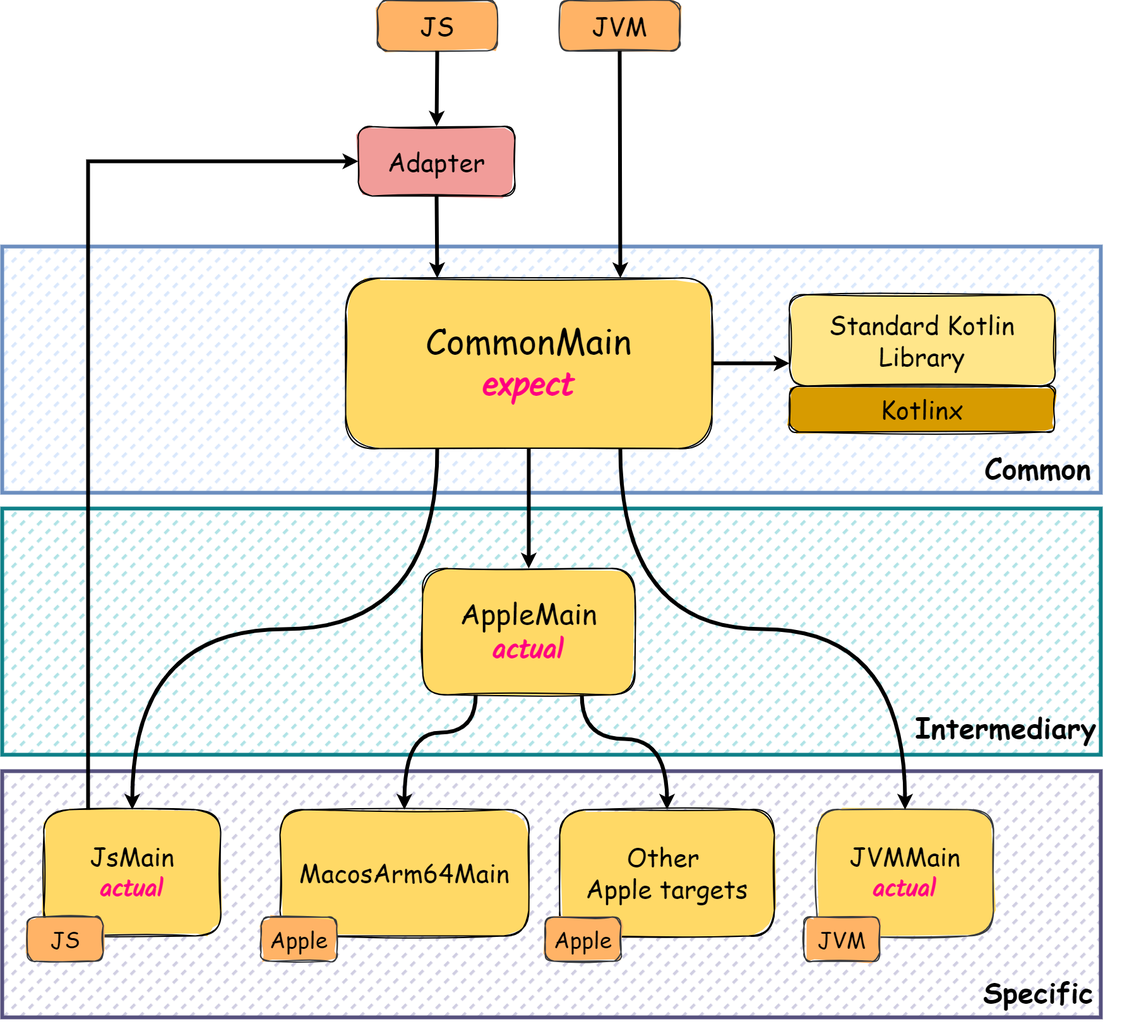
Before: docs/imgs/kmp-architecture.png, a diagram exported from draw.io (kresil/project-documentation). Source tidied: cells renumbered, new cells last; positions are measured from the earlier drawing's top-left corner, leaving out a move shared by most shapes.
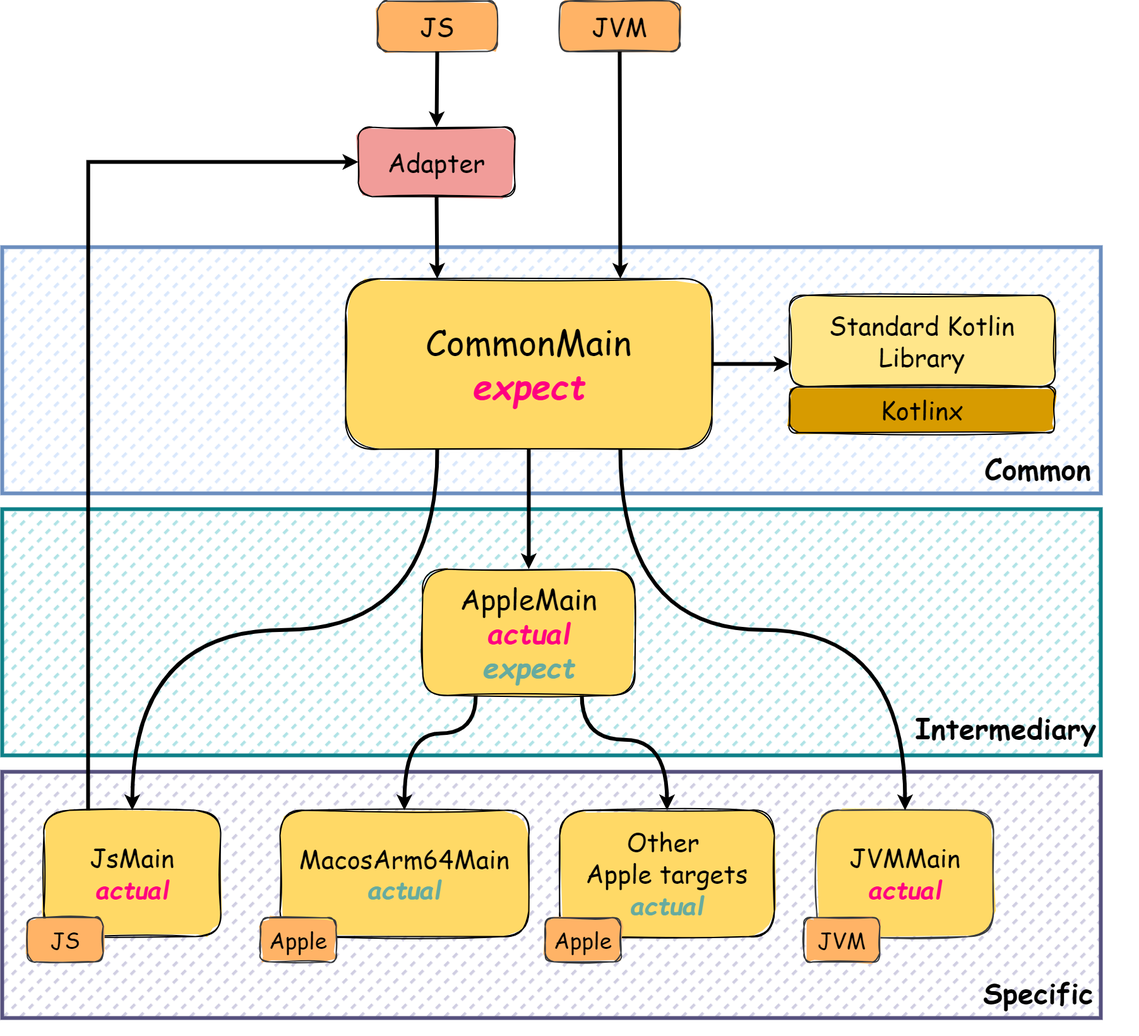
The same file after the commit.

Commit message:
Concludes third project proposal revision (kresil/kresil#1). Updates KMP architecture drawing.

The edit, as a diff of the source:
```diff
@@ -11,13 +11,13 @@
     <mxCell id="4" style="rounded=0;whiteSpace=wrap;html=1;fillStyle=dashed;strokeWidth=6;fillColor=#dae8fc;strokeColor=#6c8ebf;" parent="1" vertex="1">
       <mxGeometry y="390" width="1740" height="390" as="geometry" />
     </mxCell>
-    <mxCell id="5" value="&lt;font style=&quot;font-size: 55px;&quot;&gt;&lt;font style=&quot;font-size: 55px;&quot;&gt;&lt;font face=&quot;Comic Sans MS&quot; style=&quot;font-size: 55px;&quot;&gt;&lt;font style=&quot;font-size: 55px;&quot;&gt;CommonMain&lt;/font&gt;&lt;br&gt;&lt;/font&gt;&lt;font style=&quot;font-size: 55px; font-family: Kalam; font-weight: bold;&quot; color=&quot;#ff0080&quot;&gt;expect&lt;/font&gt;&lt;/font&gt;&lt;br&gt;&lt;/font&gt;" style="rounded=1;whiteSpace=wrap;html=1;fillColor=#FFD966;strokeColor=#000000;strokeWidth=2;arcSize=20;fillStyle=solid;shadow=0;sketch=1;curveFitting=1;jiggle=2;" parent="1" vertex="1">
+    <mxCell id="5" value="&lt;font style=&quot;font-size: 55px;&quot;&gt;&lt;font face=&quot;Comic Sans MS&quot; style=&quot;font-size: 55px;&quot;&gt;&lt;font style=&quot;font-size: 55px;&quot;&gt;&lt;font style=&quot;font-size: 55px;&quot;&gt;CommonMain&lt;/font&gt;&lt;br&gt;&lt;/font&gt;&lt;font style=&quot;font-size: 55px; font-weight: bold;&quot; color=&quot;#ff0080&quot;&gt;&lt;i style=&quot;&quot;&gt;expect&lt;/i&gt;&lt;/font&gt;&lt;/font&gt;&lt;br&gt;&lt;/font&gt;" style="rounded=1;whiteSpace=wrap;html=1;fillColor=#FFD966;strokeColor=#000000;strokeWidth=2;arcSize=20;fillStyle=solid;shadow=0;sketch=1;curveFitting=1;jiggle=2;" parent="1" vertex="1">
       <mxGeometry x="544" y="440" width="580" height="270" as="geometry" />
     </mxCell>
-    <mxCell id="6" value="&lt;font style=&quot;font-size: 40px;&quot;&gt;&lt;font face=&quot;Comic Sans MS&quot;&gt;JVMMain&lt;br&gt;&lt;/font&gt;&lt;b style=&quot;color: rgb(255, 0, 128); font-family: Kalam;&quot;&gt;actual&lt;/b&gt;&lt;br&gt;&lt;/font&gt;" style="rounded=1;whiteSpace=wrap;html=1;fillColor=#FFD966;strokeColor=#36393D;strokeWidth=2;arcSize=20;fillStyle=solid;shadow=0;sketch=1;curveFitting=1;jiggle=2;" parent="1" vertex="1">
+    <mxCell id="6" value="&lt;font style=&quot;font-size: 40px;&quot;&gt;&lt;font face=&quot;Comic Sans MS&quot;&gt;JVMMain&lt;br&gt;&lt;b style=&quot;color: rgb(255, 0, 128);&quot;&gt;&lt;i&gt;actual&lt;/i&gt;&lt;/b&gt;&lt;/font&gt;&lt;br&gt;&lt;/font&gt;" style="rounded=1;whiteSpace=wrap;html=1;fillColor=#FFD966;strokeColor=#36393D;strokeWidth=2;arcSize=20;fillStyle=solid;shadow=0;sketch=1;curveFitting=1;jiggle=2;" parent="1" vertex="1">
       <mxGeometry x="1290" y="1282" width="280" height="200" as="geometry" />
     </mxCell>
-    <mxCell id="7" value="&lt;font style=&quot;font-size: 40px;&quot;&gt;&lt;font&gt;&lt;font face=&quot;Comic Sans MS&quot; style=&quot;&quot;&gt;JsMain&lt;br&gt;&lt;/font&gt;&lt;/font&gt;&lt;font face=&quot;Kalam&quot; color=&quot;#ff0080&quot;&gt;&lt;b&gt;actual&lt;/b&gt;&lt;/font&gt;&lt;br&gt;&lt;/font&gt;" style="rounded=1;whiteSpace=wrap;html=1;fillColor=#FFD966;strokeColor=#000000;strokeWidth=2;arcSize=20;fillStyle=solid;shadow=0;sketch=1;curveFitting=1;jiggle=2;" parent="1" vertex="1">
+    <mxCell id="7" value="&lt;font style=&quot;font-size: 40px;&quot;&gt;&lt;font face=&quot;Comic Sans MS&quot;&gt;&lt;font style=&quot;&quot;&gt;JsMain&lt;br&gt;&lt;/font&gt;&lt;font style=&quot;&quot; color=&quot;#ff0080&quot;&gt;&lt;b style=&quot;&quot;&gt;&lt;i style=&quot;&quot;&gt;actual&lt;/i&gt;&lt;/b&gt;&lt;/font&gt;&lt;/font&gt;&lt;br&gt;&lt;/font&gt;" style="rounded=1;whiteSpace=wrap;html=1;fillColor=#FFD966;strokeColor=#000000;strokeWidth=2;arcSize=20;fillStyle=solid;shadow=0;sketch=1;curveFitting=1;jiggle=2;" parent="1" vertex="1">
       <mxGeometry x="66" y="1282" width="280" height="200" as="geometry" />
     </mxCell>
     <mxCell id="8" value="&lt;font style=&quot;&quot;&gt;&lt;font style=&quot;font-size: 35px;&quot; face=&quot;Comic Sans MS&quot;&gt;JVM&lt;/font&gt;&lt;br&gt;&lt;/font&gt;" style="rounded=1;whiteSpace=wrap;html=1;fillColor=#FFB366;strokeColor=#36393D;strokeWidth=2;arcSize=20;fillStyle=solid;shadow=0;sketch=1;curveFitting=1;jiggle=2;" parent="1" vertex="1">
@@ -68,10 +68,10 @@
     <mxCell id="23" value="&lt;span style=&quot;font-family: &amp;quot;Comic Sans MS&amp;quot;;&quot;&gt;&lt;font style=&quot;font-size: 45px;&quot;&gt;&lt;b&gt;Common&lt;/b&gt;&lt;/font&gt;&lt;/span&gt;" style="text;html=1;align=center;verticalAlign=middle;whiteSpace=wrap;rounded=0;fontSize=50;" parent="1" vertex="1">
       <mxGeometry x="1481" y="670" width="319" height="140" as="geometry" />
     </mxCell>
-    <mxCell id="24" value="&lt;font style=&quot;font-size: 45px;&quot;&gt;&lt;font style=&quot;font-size: 45px;&quot;&gt;&lt;font face=&quot;Comic Sans MS&quot; style=&quot;font-size: 45px;&quot;&gt;AppleMain&lt;br&gt;&lt;/font&gt;&lt;/font&gt;&lt;font style=&quot;font-size: 45px;&quot; face=&quot;Kalam&quot; color=&quot;#ff0080&quot;&gt;&lt;b&gt;actual&lt;/b&gt;&lt;/font&gt;&lt;br&gt;&lt;/font&gt;" style="rounded=1;whiteSpace=wrap;html=1;fillColor=#FFD966;strokeColor=#000000;strokeWidth=2;arcSize=20;fillStyle=solid;shadow=0;sketch=1;curveFitting=1;jiggle=2;" parent="1" vertex="1">
+    <mxCell id="24" value="&lt;font face=&quot;Comic Sans MS&quot; style=&quot;&quot;&gt;&lt;font style=&quot;font-size: 45px;&quot;&gt;&lt;font style=&quot;font-size: 45px;&quot;&gt;&lt;font style=&quot;font-size: 45px;&quot;&gt;AppleMain&lt;br&gt;&lt;/font&gt;&lt;/font&gt;&lt;font style=&quot;font-size: 45px;&quot; color=&quot;#ff0080&quot;&gt;&lt;b style=&quot;&quot;&gt;&lt;i style=&quot;&quot;&gt;actual&lt;/i&gt;&lt;br&gt;&lt;/b&gt;&lt;/font&gt;&lt;/font&gt;&lt;font size=&quot;1&quot; color=&quot;#67ab9f&quot; style=&quot;&quot;&gt;&lt;b style=&quot;&quot;&gt;&lt;i style=&quot;font-size: 45px;&quot;&gt;expect&lt;/i&gt;&lt;/b&gt;&lt;/font&gt;&lt;/font&gt;" style="rounded=1;whiteSpace=wrap;html=1;fillColor=#FFD966;strokeColor=#000000;strokeWidth=2;arcSize=20;fillStyle=solid;shadow=0;sketch=1;curveFitting=1;jiggle=2;" parent="1" vertex="1">
       <mxGeometry x="666" y="900" width="336" height="200" as="geometry" />
     </mxCell>
-    <mxCell id="25" value="&lt;font style=&quot;font-size: 40px;&quot;&gt;&lt;font&gt;&lt;font face=&quot;Comic Sans MS&quot; style=&quot;&quot;&gt;MacosArm64Main&lt;/font&gt;&lt;/font&gt;&lt;br&gt;&lt;/font&gt;" style="rounded=1;whiteSpace=wrap;html=1;fillColor=#FFD966;strokeColor=#000000;strokeWidth=2;arcSize=20;fillStyle=solid;shadow=0;sketch=1;curveFitting=1;jiggle=2;" parent="1" vertex="1">
+    <mxCell id="25" value="&lt;font style=&quot;&quot;&gt;&lt;font face=&quot;Comic Sans MS&quot;&gt;&lt;font style=&quot;font-size: 40px;&quot;&gt;MacosArm64Main&lt;br&gt;&lt;/font&gt;&lt;b style=&quot;&quot;&gt;&lt;i style=&quot;&quot;&gt;&lt;font color=&quot;#67ab9f&quot; style=&quot;font-size: 40px;&quot;&gt;actual&lt;/font&gt;&lt;/i&gt;&lt;/b&gt;&lt;/font&gt;&lt;br&gt;&lt;/font&gt;" style="rounded=1;whiteSpace=wrap;html=1;fillColor=#FFD966;strokeColor=#000000;strokeWidth=2;arcSize=20;fillStyle=solid;shadow=0;sketch=1;curveFitting=1;jiggle=2;" parent="1" vertex="1">
       <mxGeometry x="440" y="1282" width="394" height="200" as="geometry" />
     </mxCell>
     <mxCell id="26" style="endArrow=classic;html=1;rounded=0;strokeWidth=6;targetPerimeterSpacing=0;edgeStyle=orthogonalEdgeStyle;curved=1;entryX=0.5;entryY=0;entryDx=0;entryDy=0;exitX=0.25;exitY=1;exitDx=0;exitDy=0;" parent="1" edge="1" source="24" target="25">
@@ -82,7 +82,7 @@
         </Array>
       </mxGeometry>
     </mxCell>
-    <mxCell id="27" value="&lt;font style=&quot;font-size: 40px;&quot;&gt;&lt;font&gt;&lt;font face=&quot;Comic Sans MS&quot; style=&quot;&quot;&gt;Other&amp;nbsp;&lt;/font&gt;&lt;/font&gt;&lt;/font&gt;&lt;div&gt;&lt;font style=&quot;font-size: 40px;&quot;&gt;&lt;font&gt;&lt;font face=&quot;Comic Sans MS&quot; style=&quot;&quot;&gt;Apple targets&lt;/font&gt;&lt;/font&gt;&lt;br&gt;&lt;/font&gt;&lt;/div&gt;" style="rounded=1;whiteSpace=wrap;html=1;fillColor=#FFD966;strokeColor=#000000;strokeWidth=2;arcSize=20;fillStyle=solid;shadow=0;sketch=1;curveFitting=1;jiggle=2;" parent="1" vertex="1">
+    <mxCell id="27" value="&lt;font style=&quot;font-size: 40px;&quot;&gt;&lt;font face=&quot;Comic Sans MS&quot;&gt;Other&amp;nbsp;&lt;/font&gt;&lt;/font&gt;&lt;div&gt;&lt;font style=&quot;font-size: 40px;&quot;&gt;&lt;font face=&quot;Comic Sans MS&quot;&gt;Apple targets&lt;br&gt;&lt;/font&gt;&lt;i&gt;&lt;font face=&quot;Comic Sans MS&quot; color=&quot;#67ab9f&quot;&gt;&lt;b&gt;actual&lt;/b&gt;&lt;/font&gt;&lt;/i&gt;&lt;/font&gt;&lt;/div&gt;" style="rounded=1;whiteSpace=wrap;html=1;fillColor=#FFD966;strokeColor=#000000;strokeWidth=2;arcSize=20;fillStyle=solid;shadow=0;sketch=1;curveFitting=1;jiggle=2;" parent="1" vertex="1">
       <mxGeometry x="883" y="1282" width="340" height="200" as="geometry" />
     </mxCell>
     <mxCell id="28" style="endArrow=classic;html=1;rounded=0;strokeWidth=6;exitX=0.75;exitY=1;exitDx=0;exitDy=0;targetPerimeterSpacing=0;edgeStyle=orthogonalEdgeStyle;curved=1;entryX=0.5;entryY=0;entryDx=0;entryDy=0;" parent="1" edge="1" source="24" target="27">
@@ -94,7 +94,7 @@
       </mxGeometry>
     </mxCell>
     <mxCell id="29" value="&lt;font style=&quot;&quot;&gt;&lt;font style=&quot;font-size: 35px;&quot; face=&quot;Comic Sans MS&quot;&gt;Apple&lt;/font&gt;&lt;br&gt;&lt;/font&gt;" style="rounded=1;whiteSpace=wrap;html=1;fillColor=#FFB366;strokeColor=#36393D;strokeWidth=2;arcSize=20;fillStyle=solid;shadow=0;sketch=1;curveFitting=1;jiggle=2;" parent="1" vertex="1">
-      <mxGeometry x="410" y="1452" width="120" height="70" as="geometry" />
+      <mxGeometry x="409" y="1452" width="120" height="70" as="geometry" />
     </mxCell>
     <mxCell id="30" value="&lt;font style=&quot;&quot;&gt;&lt;font style=&quot;font-size: 35px;&quot; face=&quot;Comic Sans MS&quot;&gt;Apple&lt;/font&gt;&lt;br&gt;&lt;/font&gt;" style="rounded=1;whiteSpace=wrap;html=1;fillColor=#FFB366;strokeColor=#36393D;strokeWidth=2;arcSize=20;fillStyle=solid;shadow=0;sketch=1;curveFitting=1;jiggle=2;" parent="1" vertex="1">
       <mxGeometry x="860" y="1452" width="120" height="70" as="geometry" />
```
